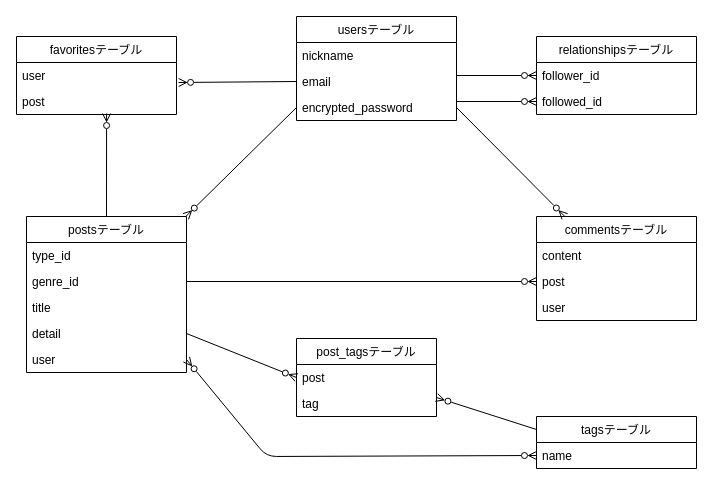
rilleague/original_app-38048 keeps this draw.io diagram as test.dio. Above is the earlier version. Source tidied: cells renumbered, new cells numbered last; positions are measured from the earlier drawing's top-left corner, leaving out a move shared by most shapes. Both pictures are drawn from the tidied source at 100%, with x=0, y=0 at pixel (16, 16).
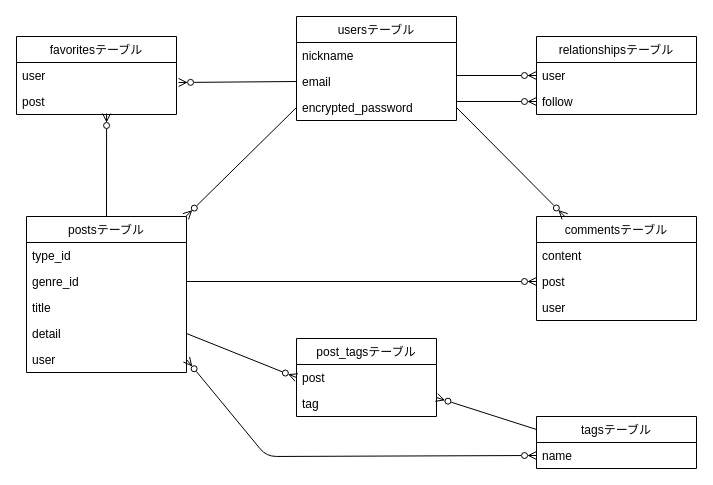
The same diagram, later.

Commit message:
DB設計 // ER図作成　※再修正

The change refers to these unchanged cells:
```xml
<mxCell id="2" value="relationshipsテーブル" style="swimlane;fontStyle=0;horizontal=1;startSize=26;fillColor=none;" parent="1" vertex="1">
  <mxGeometry x="520" y="20" width="160" height="78" as="geometry" />
</mxCell>
```

What changed in the source:
```diff
@@
-    <mxCell id="3" value="follower_id" style="text;strokeColor=none;fillColor=none;align=left;verticalAlign=top;spacingLeft=4;spacingRight=4;overflow=hidden;points=[[0,0.5],[1,0.5]];portConstraint=eastwest;" parent="2" vertex="1">
+    <mxCell id="3" value="user" style="text;strokeColor=none;fillColor=none;align=left;verticalAlign=top;spacingLeft=4;spacingRight=4;overflow=hidden;points=[[0,0.5],[1,0.5]];portConstraint=eastwest;" parent="2" vertex="1">
       <mxGeometry y="26" width="160" height="26" as="geometry" />
     </mxCell>
-    <mxCell id="4" value="followed_id" style="text;strokeColor=none;fillColor=none;align=left;verticalAlign=top;spacingLeft=4;spacingRight=4;overflow=hidden;points=[[0,0.5],[1,0.5]];portConstraint=eastwest;" parent="2" vertex="1">
+    <mxCell id="4" value="follow" style="text;strokeColor=none;fillColor=none;align=left;verticalAlign=top;spacingLeft=4;spacingRight=4;overflow=hidden;points=[[0,0.5],[1,0.5]];portConstraint=eastwest;" parent="2" vertex="1">
       <mxGeometry y="52" width="160" height="26" as="geometry" />
     </mxCell>
```
